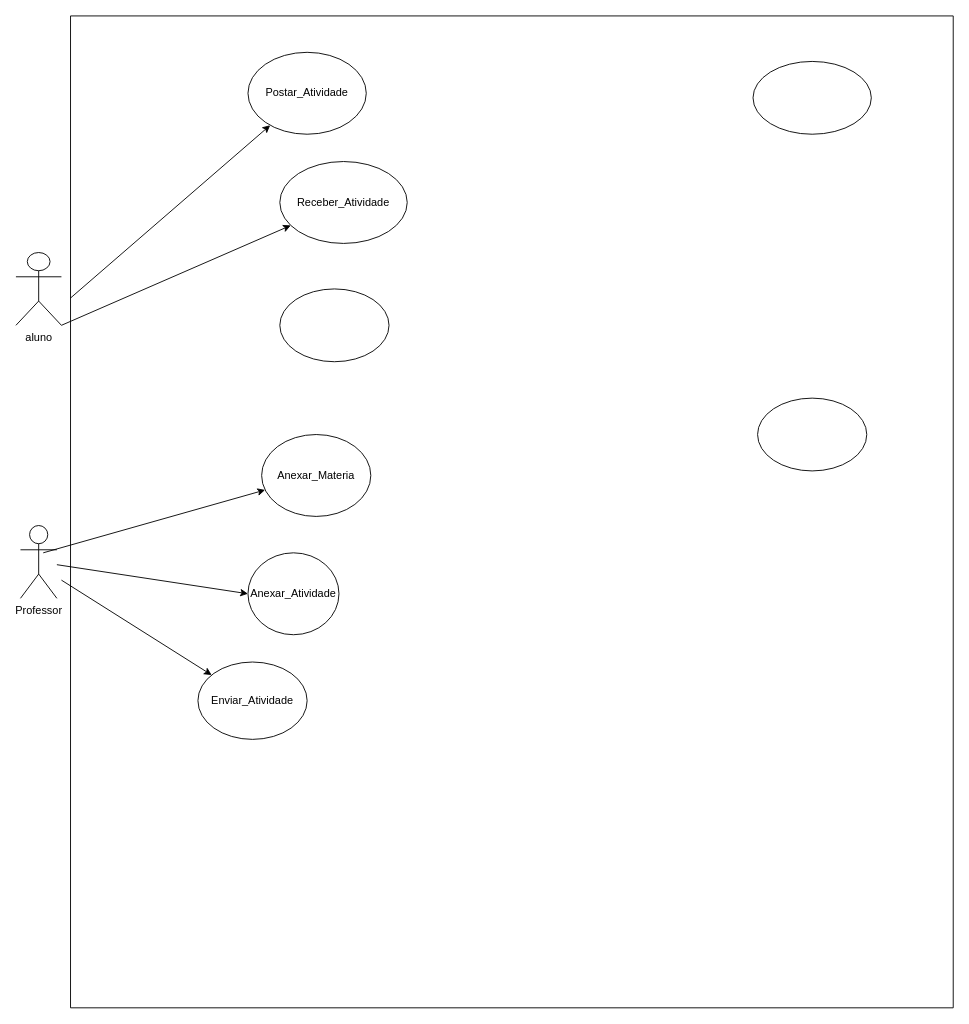
Above: Untitled Diagram.drawio in dsslleagion/Bertoti (draw.io), before the change. Source tidied: cells renumbered, new cells numbered last; positions are measured from the earlier drawing's top-left corner, leaving out a move shared by most shapes. Both pictures are drawn from the tidied source at 91%, with x=0, y=0 at pixel (15, 15).
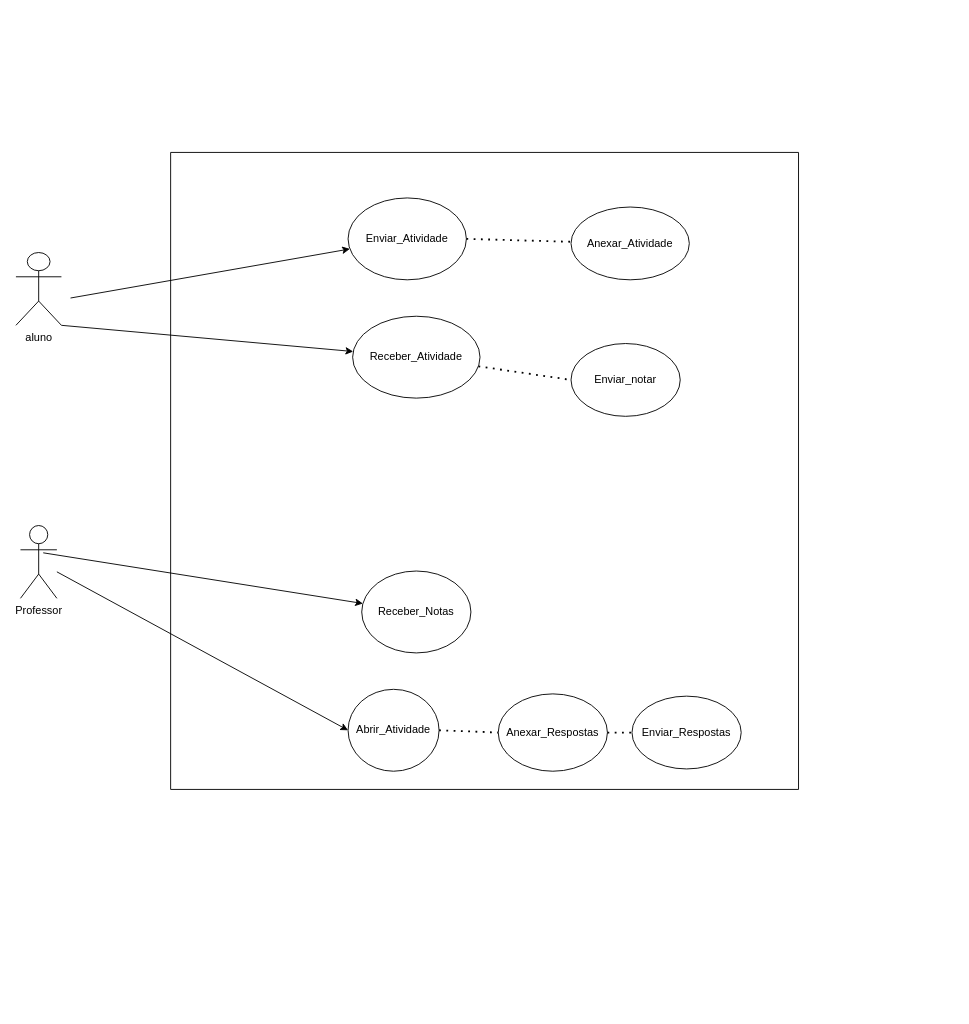
The same page after the edit.

What changed in the source:
```diff
@@
     <mxCell id="4" style="swimlane;startSize=0;" parent="1" vertex="1">
-      <mxGeometry x="60" width="970" height="1090" as="geometry" />
+      <mxGeometry x="170" y="150" width="690" height="700" as="geometry" />
     </mxCell>
-    <mxCell id="5" value="Enviar_Atividade" style="ellipse;whiteSpace=wrap;html=1;" parent="4" vertex="1">
-      <mxGeometry x="140" y="710" width="120" height="85" as="geometry" />
+    <mxCell id="5" value="Anexar_Respostas" style="ellipse;whiteSpace=wrap;html=1;" parent="4" vertex="1">
+      <mxGeometry x="360" y="595" width="120" height="85" as="geometry" />
     </mxCell>
-    <mxCell id="6" value="Anexar_Atividade" style="ellipse;whiteSpace=wrap;html=1;" parent="4" vertex="1">
+    <mxCell id="6" value="Abrir_Atividade" style="ellipse;whiteSpace=wrap;html=1;" parent="4" vertex="1">
       <mxGeometry x="195" y="590" width="100" height="90" as="geometry" />
     </mxCell>
-    <mxCell id="7" value="Anexar_Materia" style="ellipse;whiteSpace=wrap;html=1;" parent="4" vertex="1">
+    <mxCell id="7" value="Receber_Notas" style="ellipse;whiteSpace=wrap;html=1;" parent="4" vertex="1">
       <mxGeometry x="210" y="460" width="120" height="90" as="geometry" />
     </mxCell>
     <mxCell id="8" value="Receber_Atividade" style="ellipse;whiteSpace=wrap;html=1;" parent="4" vertex="1">
-      <mxGeometry x="230" y="160" width="140" height="90" as="geometry" />
+      <mxGeometry x="200" y="180" width="140" height="90" as="geometry" />
     </mxCell>
-    <mxCell id="9" value="Postar_Atividade" style="ellipse;whiteSpace=wrap;html=1;" parent="4" vertex="1">
-      <mxGeometry x="195" y="40" width="130" height="90" as="geometry" />
+    <mxCell id="9" value="Enviar_Atividade" style="ellipse;whiteSpace=wrap;html=1;" parent="4" vertex="1">
+      <mxGeometry x="195" y="50" width="130" height="90" as="geometry" />
     </mxCell>
-    <mxCell id="10" style="ellipse;whiteSpace=wrap;html=1;" parent="4" vertex="1">
-      <mxGeometry x="230" y="300" width="120" height="80" as="geometry" />
+    <mxCell id="10" value="Enviar_notar" style="ellipse;whiteSpace=wrap;html=1;" parent="4" vertex="1">
+      <mxGeometry x="440" y="210" width="120" height="80" as="geometry" />
     </mxCell>
-    <mxCell id="11" style="ellipse;whiteSpace=wrap;html=1;" parent="4" vertex="1">
-      <mxGeometry x="750" y="50" width="130" height="80" as="geometry" />
+    <mxCell id="11" value="Anexar_Atividade" style="ellipse;whiteSpace=wrap;html=1;" parent="4" vertex="1">
+      <mxGeometry x="440" y="60" width="130" height="80" as="geometry" />
     </mxCell>
-    <mxCell id="12" style="ellipse;whiteSpace=wrap;html=1;" parent="4" vertex="1">
-      <mxGeometry x="755" y="420" width="120" height="80" as="geometry" />
-    </mxCell>
+    <mxCell id="18" value="Enviar_Respostas" style="ellipse;whiteSpace=wrap;html=1;" parent="4" vertex="1">
+      <mxGeometry x="507" y="597.5" width="120" height="80" as="geometry" />
+    </mxCell>
+    <mxCell id="19" style="endArrow=none;dashed=1;html=1;dashPattern=1 3;strokeWidth=2;rounded=0;exitX=1;exitY=0.5;exitDx=0;exitDy=0;" parent="4" edge="1" source="9" target="11">
+      <mxGeometry relative="1" as="geometry" />
+    </mxCell>
+    <mxCell id="20" style="endArrow=none;dashed=1;html=1;dashPattern=1 3;strokeWidth=2;rounded=0;entryX=0;entryY=0.5;entryDx=0;entryDy=0;exitX=1;exitY=0.5;exitDx=0;exitDy=0;" parent="4" edge="1" source="6" target="5">
+      <mxGeometry relative="1" as="geometry" />
+    </mxCell>
+    <mxCell id="21" style="endArrow=none;dashed=1;html=1;dashPattern=1 3;strokeWidth=2;rounded=0;exitX=1;exitY=0.5;exitDx=0;exitDy=0;entryX=0;entryY=0.5;entryDx=0;entryDy=0;" parent="4" edge="1" source="5" target="18">
+      <mxGeometry relative="1" as="geometry" />
+    </mxCell>
+    <mxCell id="22" style="endArrow=none;dashed=1;html=1;dashPattern=1 3;strokeWidth=2;rounded=0;entryX=0;entryY=0.5;entryDx=0;entryDy=0;" parent="4" edge="1" source="8" target="10">
+      <mxGeometry relative="1" as="geometry" />
+    </mxCell>
@@
-    <mxCell id="15" style="endArrow=classic;html=1;rounded=0;" parent="1" edge="1" target="5">
-      <mxGeometry relative="1" as="geometry">
-        <mxPoint x="50" y="620" as="sourcePoint" />
-      </mxGeometry>
-    </mxCell>
```
